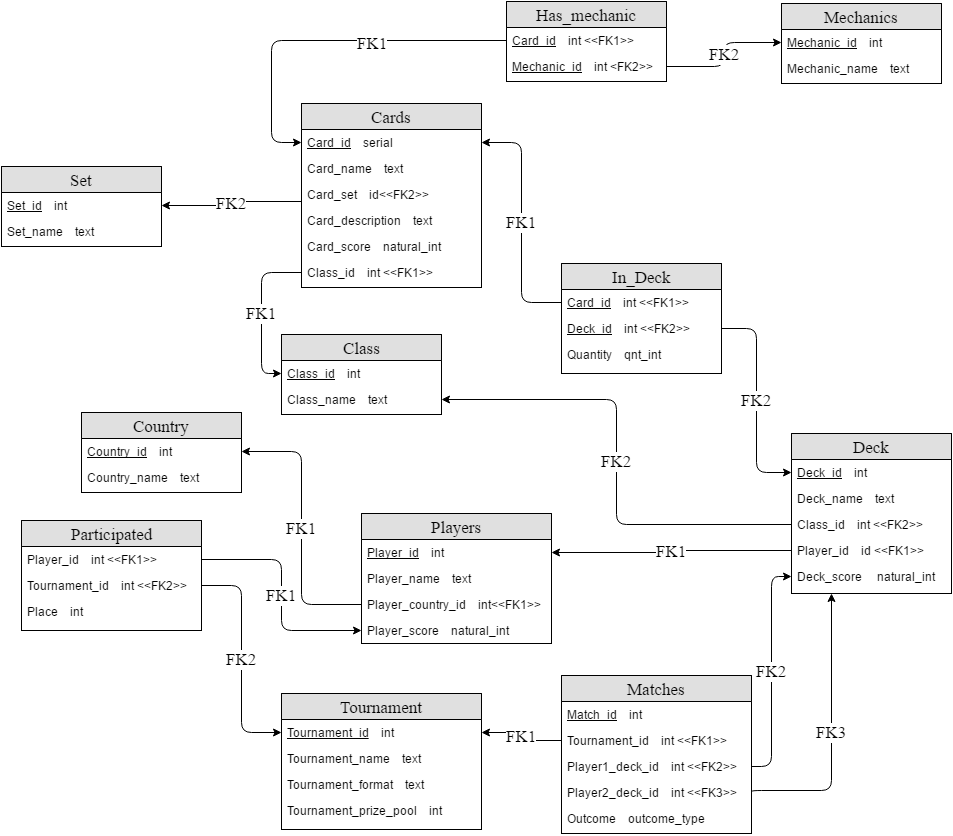
Earlier version of the draw.io export PDM.png (21011996/HearthStoneDB). Source tidied: cells renumbered, new cells last; positions are measured from the earlier drawing's top-left corner, leaving out a move shared by most shapes.
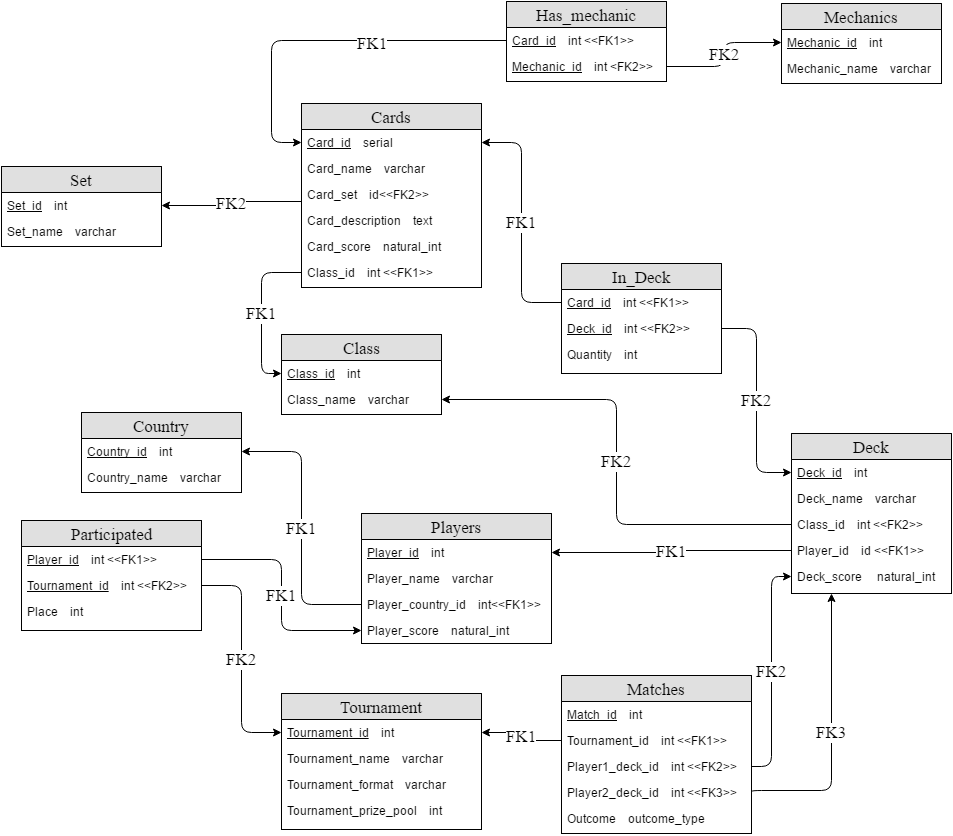
The same file after the commit.

What changed in the source:
```diff
@@ -8,7 +8,7 @@
     <mxCell id="3" value="&lt;u&gt;Card_id&lt;/u&gt;&amp;nbsp; &amp;nbsp; serial" style="text;html=1;strokeColor=none;fillColor=none;spacingLeft=4;spacingRight=4;whiteSpace=wrap;overflow=hidden;points=[[0,0.5],[1,0.5]];portConstraint=eastwest;" parent="2" vertex="1">
       <mxGeometry y="26" width="180" height="26" as="geometry" />
     </mxCell>
-    <mxCell id="4" value="Card_name &amp;nbsp; &amp;nbsp;text" style="text;html=1;strokeColor=none;fillColor=none;spacingLeft=4;spacingRight=4;whiteSpace=wrap;overflow=hidden;" parent="2" vertex="1">
+    <mxCell id="4" value="Card_name &amp;nbsp; &amp;nbsp;varchar" style="text;html=1;strokeColor=none;fillColor=none;spacingLeft=4;spacingRight=4;whiteSpace=wrap;overflow=hidden;" parent="2" vertex="1">
       <mxGeometry y="52" width="180" height="26" as="geometry" />
     </mxCell>
     <mxCell id="5" value="Card_set &amp;nbsp; &amp;nbsp;id&amp;lt;&amp;lt;FK2&amp;gt;&amp;gt;" style="text;html=1;strokeColor=none;fillColor=none;spacingLeft=4;spacingRight=4;whiteSpace=wrap;overflow=hidden;points=[[0,0.5],[1,0.5]];portConstraint=eastwest;" parent="2" vertex="1">
@@ -29,7 +29,7 @@
     <mxCell id="10" value="&lt;u&gt;Mechanic_id&lt;/u&gt; &amp;nbsp; &amp;nbsp;int" style="text;html=1;strokeColor=none;fillColor=none;spacingLeft=4;spacingRight=4;whiteSpace=wrap;overflow=hidden;points=[[0,0.5],[1,0.5]];portConstraint=eastwest;" parent="9" vertex="1">
       <mxGeometry y="26" width="160" height="26" as="geometry" />
     </mxCell>
-    <mxCell id="11" value="Mechanic_name &amp;nbsp; &amp;nbsp;text" style="text;html=1;strokeColor=none;fillColor=none;spacingLeft=4;spacingRight=4;whiteSpace=wrap;overflow=hidden;" parent="9" vertex="1">
+    <mxCell id="11" value="Mechanic_name &amp;nbsp; &amp;nbsp;varchar" style="text;html=1;strokeColor=none;fillColor=none;spacingLeft=4;spacingRight=4;whiteSpace=wrap;overflow=hidden;" parent="9" vertex="1">
       <mxGeometry y="52" width="160" height="26" as="geometry" />
     </mxCell>
     <mxCell id="12" value="Class" style="swimlane;html=1;fontStyle=0;horizontal=1;startSize=26;fillColor=#e0e0e0;swimlaneFillColor=#ffffff;align=center;fontFamily=Times New Roman;fontSize=17;" parent="1" vertex="1">
@@ -38,7 +38,7 @@
     <mxCell id="13" value="&lt;u&gt;Class_id&lt;/u&gt; &amp;nbsp; &amp;nbsp;int" style="text;html=1;strokeColor=none;fillColor=none;spacingLeft=4;spacingRight=4;whiteSpace=wrap;overflow=hidden;points=[[0,0.5],[1,0.5]];portConstraint=eastwest;" parent="12" vertex="1">
       <mxGeometry y="26" width="160" height="26" as="geometry" />
     </mxCell>
-    <mxCell id="14" value="Class_name &amp;nbsp; &amp;nbsp;text" style="text;html=1;strokeColor=none;fillColor=none;spacingLeft=4;spacingRight=4;whiteSpace=wrap;overflow=hidden;points=[[0,0.5],[1,0.5]];portConstraint=eastwest;" parent="12" vertex="1">
+    <mxCell id="14" value="Class_name &amp;nbsp; &amp;nbsp;varchar" style="text;html=1;strokeColor=none;fillColor=none;spacingLeft=4;spacingRight=4;whiteSpace=wrap;overflow=hidden;points=[[0,0.5],[1,0.5]];portConstraint=eastwest;" parent="12" vertex="1">
       <mxGeometry y="52" width="160" height="26" as="geometry" />
     </mxCell>
     <mxCell id="15" value="Deck" style="swimlane;html=1;fontStyle=0;horizontal=1;startSize=26;fillColor=#e0e0e0;swimlaneFillColor=#ffffff;align=center;fontFamily=Times New Roman;fontSize=17;" parent="1" vertex="1">
@@ -47,7 +47,7 @@
     <mxCell id="16" value="&lt;u&gt;Deck_id&lt;/u&gt; &amp;nbsp; &amp;nbsp;int" style="text;html=1;strokeColor=none;fillColor=none;spacingLeft=4;spacingRight=4;whiteSpace=wrap;overflow=hidden;points=[[0,0.5],[1,0.5]];portConstraint=eastwest;" parent="15" vertex="1">
       <mxGeometry y="26" width="160" height="26" as="geometry" />
     </mxCell>
-    <mxCell id="17" value="Deck_name &amp;nbsp; &amp;nbsp;text" style="text;html=1;strokeColor=none;fillColor=none;spacingLeft=4;spacingRight=4;whiteSpace=wrap;overflow=hidden;" parent="15" vertex="1">
+    <mxCell id="17" value="Deck_name &amp;nbsp; &amp;nbsp;varchar" style="text;html=1;strokeColor=none;fillColor=none;spacingLeft=4;spacingRight=4;whiteSpace=wrap;overflow=hidden;" parent="15" vertex="1">
       <mxGeometry y="52" width="160" height="26" as="geometry" />
     </mxCell>
     <mxCell id="18" value="Class_id &amp;nbsp; &amp;nbsp;int &amp;lt;&amp;lt;FK2&amp;gt;&amp;gt;" style="text;html=1;strokeColor=none;fillColor=none;spacingLeft=4;spacingRight=4;whiteSpace=wrap;overflow=hidden;points=[[0,0.5],[1,0.5]];portConstraint=eastwest;" parent="15" vertex="1">
@@ -65,10 +65,10 @@
     <mxCell id="22" value="&lt;u&gt;Tournament_id&lt;/u&gt; &amp;nbsp; &amp;nbsp;int" style="text;html=1;strokeColor=none;fillColor=none;spacingLeft=4;spacingRight=4;whiteSpace=wrap;overflow=hidden;points=[[0,0.5],[1,0.5]];portConstraint=eastwest;" parent="21" vertex="1">
       <mxGeometry y="26" width="200" height="26" as="geometry" />
     </mxCell>
-    <mxCell id="23" value="Tournament_name &amp;nbsp; &amp;nbsp;text" style="text;html=1;strokeColor=none;fillColor=none;spacingLeft=4;spacingRight=4;whiteSpace=wrap;overflow=hidden;" parent="21" vertex="1">
+    <mxCell id="23" value="Tournament_name &amp;nbsp; &amp;nbsp;varchar" style="text;html=1;strokeColor=none;fillColor=none;spacingLeft=4;spacingRight=4;whiteSpace=wrap;overflow=hidden;" parent="21" vertex="1">
       <mxGeometry y="52" width="200" height="26" as="geometry" />
     </mxCell>
-    <mxCell id="24" value="Tournament_format &amp;nbsp; &amp;nbsp;text" style="text;html=1;strokeColor=none;fillColor=none;spacingLeft=4;spacingRight=4;whiteSpace=wrap;overflow=hidden;" parent="21" vertex="1">
+    <mxCell id="24" value="Tournament_format &amp;nbsp; &amp;nbsp;varchar" style="text;html=1;strokeColor=none;fillColor=none;spacingLeft=4;spacingRight=4;whiteSpace=wrap;overflow=hidden;" parent="21" vertex="1">
       <mxGeometry y="78" width="200" height="26" as="geometry" />
     </mxCell>
     <mxCell id="25" value="Tournament_prize_pool &amp;nbsp; &amp;nbsp;int" style="text;html=1;strokeColor=none;fillColor=none;spacingLeft=4;spacingRight=4;whiteSpace=wrap;overflow=hidden;" parent="21" vertex="1">
@@ -80,7 +80,7 @@
     <mxCell id="27" value="&lt;u&gt;Player_id&lt;/u&gt; &amp;nbsp; &amp;nbsp;int" style="text;html=1;strokeColor=none;fillColor=none;spacingLeft=4;spacingRight=4;whiteSpace=wrap;overflow=hidden;points=[[0,0.5],[1,0.5]];portConstraint=eastwest;" parent="26" vertex="1">
       <mxGeometry y="26" width="190" height="26" as="geometry" />
     </mxCell>
-    <mxCell id="28" value="Player_name &amp;nbsp; &amp;nbsp;text" style="text;html=1;strokeColor=none;fillColor=none;spacingLeft=4;spacingRight=4;whiteSpace=wrap;overflow=hidden;" parent="26" vertex="1">
+    <mxCell id="28" value="Player_name &amp;nbsp; &amp;nbsp;varchar" style="text;html=1;strokeColor=none;fillColor=none;spacingLeft=4;spacingRight=4;whiteSpace=wrap;overflow=hidden;" parent="26" vertex="1">
       <mxGeometry y="52" width="190" height="26" as="geometry" />
     </mxCell>
     <mxCell id="29" value="Player_country_id &amp;nbsp; &amp;nbsp;int&amp;lt;&amp;lt;FK1&amp;gt;&amp;gt;" style="text;html=1;strokeColor=none;fillColor=none;spacingLeft=4;spacingRight=4;whiteSpace=wrap;overflow=hidden;points=[[0,0.5],[1,0.5]];portConstraint=eastwest;" parent="26" vertex="1">
@@ -116,7 +116,7 @@
     <mxCell id="39" value="&lt;u&gt;Deck_id&lt;/u&gt; &amp;nbsp; &amp;nbsp;int &amp;lt;&amp;lt;FK2&amp;gt;&amp;gt;" style="text;html=1;strokeColor=none;fillColor=none;spacingLeft=4;spacingRight=4;whiteSpace=wrap;overflow=hidden;points=[[0,0.5],[1,0.5]];portConstraint=eastwest;" parent="37" vertex="1">
       <mxGeometry y="52" width="160" height="26" as="geometry" />
     </mxCell>
-    <mxCell id="40" value="Quantity &amp;nbsp; &amp;nbsp;qnt_int" style="text;html=1;strokeColor=none;fillColor=none;spacingLeft=4;spacingRight=4;whiteSpace=wrap;overflow=hidden;" parent="37" vertex="1">
+    <mxCell id="40" value="Quantity &amp;nbsp; &amp;nbsp;int" style="text;html=1;strokeColor=none;fillColor=none;spacingLeft=4;spacingRight=4;whiteSpace=wrap;overflow=hidden;" parent="37" vertex="1">
       <mxGeometry y="78" width="160" height="26" as="geometry" />
     </mxCell>
     <mxCell id="41" value="FK1" style="edgeStyle=elbowEdgeStyle;elbow=horizontal;endArrow=classic;html=1;shadow=0;fontFamily=Times New Roman;fontSize=17;exitX=0;exitY=0.5;entryX=1;entryY=0.5;" parent="1" edge="1" source="38" target="3">
@@ -132,10 +132,10 @@
     <mxCell id="43" value="Participated" style="swimlane;html=1;fontStyle=0;horizontal=1;startSize=26;fillColor=#e0e0e0;swimlaneFillColor=#ffffff;align=center;strokeWidth=1;fontFamily=Times New Roman;fontSize=17;" parent="1" vertex="1">
       <mxGeometry x="20" y="519" width="180" height="110" as="geometry" />
     </mxCell>
-    <mxCell id="44" value="Player_id &amp;nbsp; &amp;nbsp;int &amp;lt;&amp;lt;FK1&amp;gt;&amp;gt;" style="text;html=1;strokeColor=none;fillColor=none;spacingLeft=4;spacingRight=4;whiteSpace=wrap;overflow=hidden;points=[[0,0.5],[1,0.5]];portConstraint=eastwest;" parent="43" vertex="1">
+    <mxCell id="44" value="&lt;u&gt;Player_id&lt;/u&gt; &amp;nbsp; &amp;nbsp;int &amp;lt;&amp;lt;FK1&amp;gt;&amp;gt;" style="text;html=1;strokeColor=none;fillColor=none;spacingLeft=4;spacingRight=4;whiteSpace=wrap;overflow=hidden;points=[[0,0.5],[1,0.5]];portConstraint=eastwest;" parent="43" vertex="1">
       <mxGeometry y="26" width="180" height="26" as="geometry" />
     </mxCell>
-    <mxCell id="45" value="Tournament_id &amp;nbsp; &amp;nbsp;int &amp;lt;&amp;lt;FK2&amp;gt;&amp;gt;" style="text;html=1;strokeColor=none;fillColor=none;spacingLeft=4;spacingRight=4;whiteSpace=wrap;overflow=hidden;points=[[0,0.5],[1,0.5]];portConstraint=eastwest;" parent="43" vertex="1">
+    <mxCell id="45" value="&lt;u&gt;Tournament_id&lt;/u&gt; &amp;nbsp; &amp;nbsp;int &amp;lt;&amp;lt;FK2&amp;gt;&amp;gt;" style="text;html=1;strokeColor=none;fillColor=none;spacingLeft=4;spacingRight=4;whiteSpace=wrap;overflow=hidden;points=[[0,0.5],[1,0.5]];portConstraint=eastwest;" parent="43" vertex="1">
       <mxGeometry y="52" width="180" height="26" as="geometry" />
     </mxCell>
     <mxCell id="46" value="Place &amp;nbsp; &amp;nbsp;int" style="text;html=1;strokeColor=none;fillColor=none;spacingLeft=4;spacingRight=4;whiteSpace=wrap;overflow=hidden;" parent="43" vertex="1">
@@ -199,7 +199,7 @@
     <mxCell id="61" value="&lt;u&gt;Set_id&lt;/u&gt; &amp;nbsp; &amp;nbsp;int" style="text;html=1;strokeColor=none;fillColor=none;spacingLeft=4;spacingRight=4;whiteSpace=wrap;overflow=hidden;points=[[0,0.5],[1,0.5]];portConstraint=eastwest;" parent="60" vertex="1">
       <mxGeometry y="26" width="160" height="26" as="geometry" />
     </mxCell>
-    <mxCell id="62" value="Set_name &amp;nbsp; &amp;nbsp;text" style="text;html=1;strokeColor=none;fillColor=none;spacingLeft=4;spacingRight=4;whiteSpace=wrap;overflow=hidden;" parent="60" vertex="1">
+    <mxCell id="62" value="Set_name &amp;nbsp; &amp;nbsp;varchar" style="text;html=1;strokeColor=none;fillColor=none;spacingLeft=4;spacingRight=4;whiteSpace=wrap;overflow=hidden;" parent="60" vertex="1">
       <mxGeometry y="52" width="160" height="26" as="geometry" />
     </mxCell>
     <mxCell id="63" value="FK2" style="edgeStyle=elbowEdgeStyle;elbow=horizontal;endArrow=classic;html=1;shadow=0;fontFamily=Times New Roman;fontSize=17;exitX=0;exitY=0.769;entryX=1;entryY=0.5;exitPerimeter=0;" parent="1" edge="1" source="5" target="61">
@@ -215,7 +215,7 @@
     <mxCell id="65" value="&lt;u&gt;Country_id&lt;/u&gt; &amp;nbsp; &amp;nbsp;int" style="text;html=1;strokeColor=none;fillColor=none;spacingLeft=4;spacingRight=4;whiteSpace=wrap;overflow=hidden;points=[[0,0.5],[1,0.5]];portConstraint=eastwest;" parent="64" vertex="1">
       <mxGeometry y="26" width="160" height="26" as="geometry" />
     </mxCell>
-    <mxCell id="66" value="Country_name &amp;nbsp; &amp;nbsp;text" style="text;html=1;strokeColor=none;fillColor=none;spacingLeft=4;spacingRight=4;whiteSpace=wrap;overflow=hidden;" parent="64" vertex="1">
+    <mxCell id="66" value="Country_name &amp;nbsp; &amp;nbsp;varchar" style="text;html=1;strokeColor=none;fillColor=none;spacingLeft=4;spacingRight=4;whiteSpace=wrap;overflow=hidden;" parent="64" vertex="1">
       <mxGeometry y="52" width="160" height="26" as="geometry" />
     </mxCell>
     <mxCell id="67" value="FK1" style="edgeStyle=elbowEdgeStyle;elbow=horizontal;endArrow=classic;html=1;shadow=0;fontFamily=Times New Roman;fontSize=17;exitX=0;exitY=0.5;entryX=1;entryY=0.5;" parent="1" edge="1" source="29" target="65">
```
